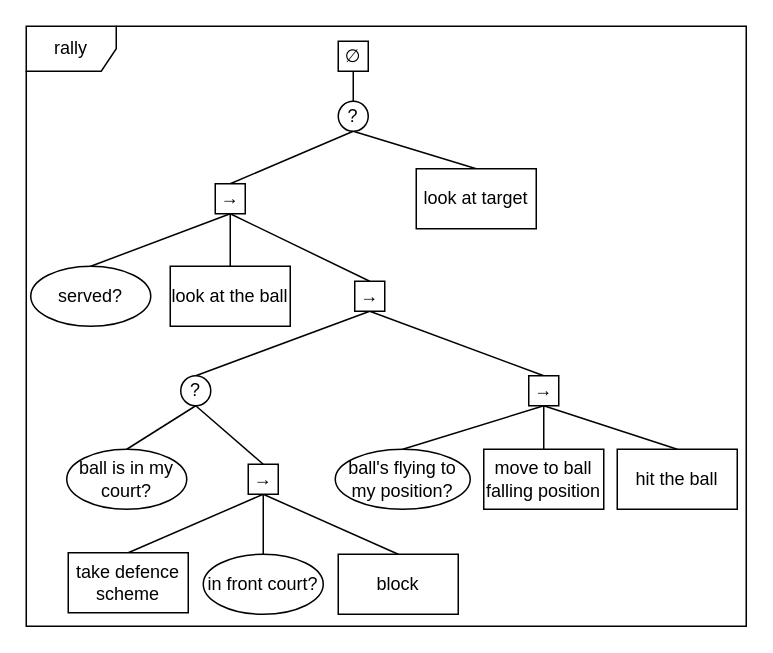
Before: Project/Documentation/Diagrams/rally.drawio in mikymaione/Folie, a draw.io diagram. Source tidied: cells renumbered, new cells numbered last; positions are measured from the earlier drawing's top-left corner, leaving out a move shared by most shapes. Both pictures are drawn from the tidied source at 150%, with x=0, y=0 at pixel (26, 26).
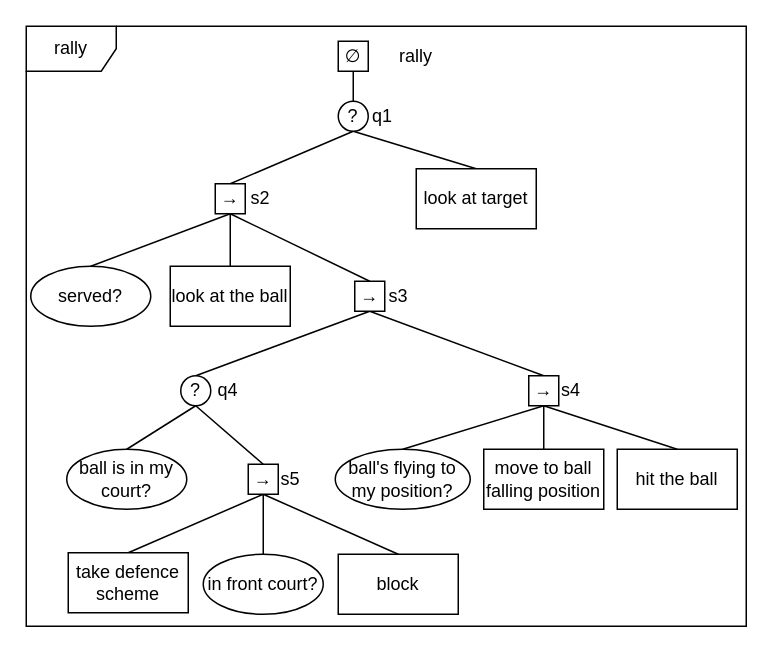
The same diagram, later.

The edit, as a diff of the source:
```diff
@@
+    <mxCell id="36" value="rally" style="text;html=1;strokeColor=none;fillColor=none;align=center;verticalAlign=middle;whiteSpace=wrap;rounded=0;" parent="1" vertex="1">
+      <mxGeometry x="240" y="10" width="40" height="20" as="geometry" />
+    </mxCell>
+    <mxCell id="37" value="q1" style="text;html=1;strokeColor=none;fillColor=none;align=left;verticalAlign=middle;whiteSpace=wrap;rounded=0;" parent="1" vertex="1">
+      <mxGeometry x="229" y="50" width="40" height="20" as="geometry" />
+    </mxCell>
+    <mxCell id="38" value="s2" style="text;html=1;strokeColor=none;fillColor=none;align=left;verticalAlign=middle;whiteSpace=wrap;rounded=0;" parent="1" vertex="1">
+      <mxGeometry x="148" y="105" width="40" height="20" as="geometry" />
+    </mxCell>
+    <mxCell id="39" value="s3" style="text;html=1;strokeColor=none;fillColor=none;align=left;verticalAlign=middle;whiteSpace=wrap;rounded=0;" parent="1" vertex="1">
+      <mxGeometry x="240" y="170" width="40" height="20" as="geometry" />
+    </mxCell>
+    <mxCell id="40" value="q4" style="text;html=1;strokeColor=none;fillColor=none;align=left;verticalAlign=middle;whiteSpace=wrap;rounded=0;" parent="1" vertex="1">
+      <mxGeometry x="126" y="233" width="40" height="20" as="geometry" />
+    </mxCell>
+    <mxCell id="41" value="s4" style="text;html=1;strokeColor=none;fillColor=none;align=left;verticalAlign=middle;whiteSpace=wrap;rounded=0;" parent="1" vertex="1">
+      <mxGeometry x="355" y="233" width="40" height="20" as="geometry" />
+    </mxCell>
+    <mxCell id="42" value="s5" style="text;html=1;strokeColor=none;fillColor=none;align=left;verticalAlign=middle;whiteSpace=wrap;rounded=0;" parent="1" vertex="1">
+      <mxGeometry x="168" y="291.9" width="40" height="20" as="geometry" />
+    </mxCell>
```
